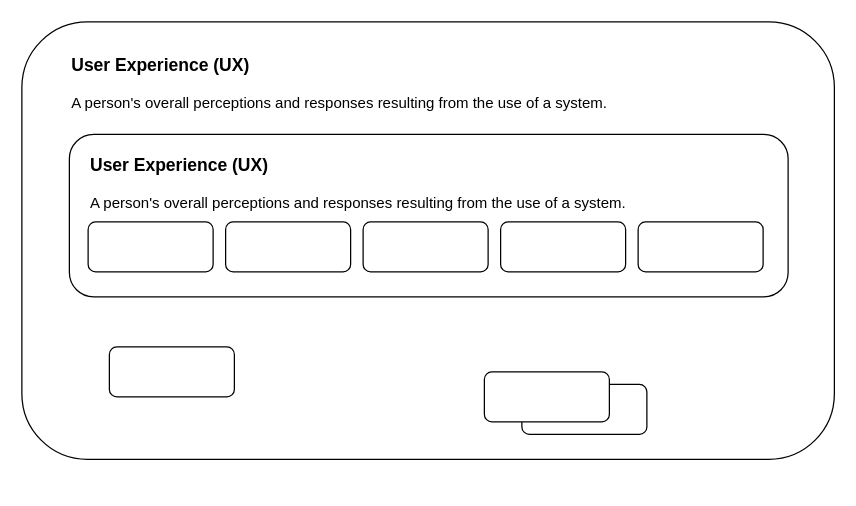
Matasem-h/SimpleFlowcharts keeps this draw.io diagram as thesis_figure_one.drawio. Above is the earlier version. Source tidied: cells renumbered, new cells numbered last; positions are measured from the earlier drawing's top-left corner, leaving out a move shared by most shapes. Both pictures are drawn from the tidied source at 125%, with x=0, y=0 at pixel (21, 21).
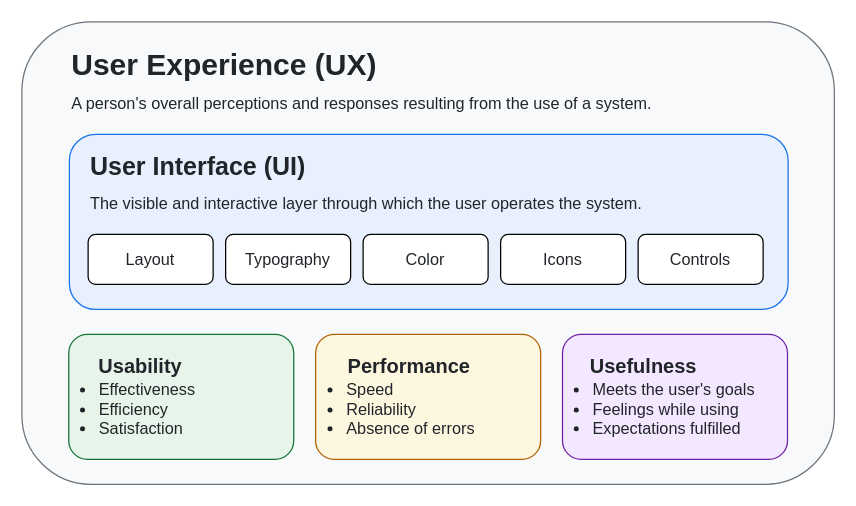
Above is the later version.

Change to the diagram source:
```diff
@@
-    <mxCell id="2" style="rounded=1;whiteSpace=wrap;html=1;" parent="1" vertex="1">
-      <mxGeometry width="650" height="350" as="geometry" />
+    <mxCell id="2" style="rounded=1;whiteSpace=wrap;html=1;align=left;fillColor=#F8F9FA;strokeColor=#6C757D;fontColor=#212529;" parent="1" vertex="1">
+      <mxGeometry width="650" height="370" as="geometry" />
     </mxCell>
-    <mxCell id="3" value="&lt;font style=&quot;font-size: 14px;&quot;&gt;&lt;b&gt;User Experience (UX)&lt;/b&gt;&lt;/font&gt;" style="text;html=1;whiteSpace=wrap;strokeColor=none;fillColor=none;align=left;verticalAlign=middle;rounded=0;" parent="1" vertex="1">
-      <mxGeometry x="38" y="20" width="150" height="30" as="geometry" />
+    <mxCell id="3" value="&lt;font style=&quot;font-size: 24px;&quot;&gt;&lt;b&gt;User Experience (UX)&lt;/b&gt;&lt;/font&gt;" style="text;html=1;whiteSpace=wrap;strokeColor=none;fillColor=none;align=left;verticalAlign=middle;rounded=0;fontColor=#212529;" parent="1" vertex="1">
+      <mxGeometry x="38" y="20" width="252" height="30" as="geometry" />
     </mxCell>
-    <mxCell id="4" value="&lt;font&gt;A person's overall perceptions and responses resulting from the use of a system.&lt;/font&gt;" style="text;html=1;whiteSpace=wrap;strokeColor=none;fillColor=none;align=left;verticalAlign=middle;rounded=0;" parent="1" vertex="1">
-      <mxGeometry x="38" y="50" width="440" height="30" as="geometry" />
+    <mxCell id="4" value="&lt;font&gt;A person's overall perceptions and responses resulting from the use of a system.&lt;/font&gt;" style="text;html=1;whiteSpace=wrap;strokeColor=none;fillColor=none;align=left;verticalAlign=middle;rounded=0;fontSize=13;fontColor=#212529;" parent="1" vertex="1">
+      <mxGeometry x="38" y="50" width="575" height="30" as="geometry" />
     </mxCell>
-    <mxCell id="5" style="rounded=1;whiteSpace=wrap;html=1;" parent="1" vertex="1">
-      <mxGeometry x="38" y="90" width="575" height="130" as="geometry" />
+    <mxCell id="5" style="rounded=1;whiteSpace=wrap;html=1;align=left;fontColor=#212529;fillColor=#E8F0FE;strokeColor=#1A73E8;" parent="1" vertex="1">
+      <mxGeometry x="38" y="90" width="575" height="140" as="geometry" />
     </mxCell>
-    <mxCell id="6" value="&lt;font style=&quot;font-size: 14px;&quot;&gt;&lt;b&gt;User Experience (UX)&lt;/b&gt;&lt;/font&gt;" style="text;html=1;whiteSpace=wrap;strokeColor=none;fillColor=none;align=left;verticalAlign=middle;rounded=0;" parent="1" vertex="1">
-      <mxGeometry x="53" y="100" width="150" height="30" as="geometry" />
+    <mxCell id="6" value="&lt;font style=&quot;font-size: 20px;&quot;&gt;&lt;b&gt;User Interface (UI)&lt;/b&gt;&lt;/font&gt;" style="text;html=1;whiteSpace=wrap;strokeColor=none;fillColor=none;align=left;verticalAlign=middle;rounded=0;fontColor=#212529;" parent="1" vertex="1">
+      <mxGeometry x="53" y="100" width="210" height="30" as="geometry" />
     </mxCell>
-    <mxCell id="7" value="&lt;font&gt;A person's overall perceptions and responses resulting from the use of a system.&lt;/font&gt;" style="text;html=1;whiteSpace=wrap;strokeColor=none;fillColor=none;align=left;verticalAlign=middle;rounded=0;" parent="1" vertex="1">
-      <mxGeometry x="53" y="130" width="440" height="30" as="geometry" />
+    <mxCell id="7" value="&lt;font&gt;The visible and interactive layer through which the user operates the system.&amp;nbsp;&lt;/font&gt;" style="text;html=1;whiteSpace=wrap;strokeColor=none;fillColor=none;align=left;verticalAlign=middle;rounded=0;fontSize=13;fontColor=#212529;" parent="1" vertex="1">
+      <mxGeometry x="53" y="130" width="560" height="30" as="geometry" />
     </mxCell>
-    <mxCell id="8" style="rounded=1;whiteSpace=wrap;html=1;" parent="1" vertex="1">
-      <mxGeometry x="53" y="160" width="100" height="40" as="geometry" />
+    <mxCell id="8" value="Layout" style="rounded=1;whiteSpace=wrap;html=1;fontSize=13;fontColor=#212529;fillColor=#FFFFFF;" parent="1" vertex="1">
+      <mxGeometry x="53" y="170" width="100" height="40" as="geometry" />
     </mxCell>
-    <mxCell id="9" style="rounded=1;whiteSpace=wrap;html=1;" parent="1" vertex="1">
-      <mxGeometry x="163" y="160" width="100" height="40" as="geometry" />
+    <mxCell id="9" value="Typography" style="rounded=1;whiteSpace=wrap;html=1;fontSize=13;fontColor=#212529;fillColor=#FFFFFF;" parent="1" vertex="1">
+      <mxGeometry x="163" y="170" width="100" height="40" as="geometry" />
     </mxCell>
-    <mxCell id="10" style="rounded=1;whiteSpace=wrap;html=1;" parent="1" vertex="1">
-      <mxGeometry x="273" y="160" width="100" height="40" as="geometry" />
+    <mxCell id="10" value="Color" style="rounded=1;whiteSpace=wrap;html=1;fontSize=13;fontColor=#212529;fillColor=#FFFFFF;" parent="1" vertex="1">
+      <mxGeometry x="273" y="170" width="100" height="40" as="geometry" />
     </mxCell>
-    <mxCell id="11" style="rounded=1;whiteSpace=wrap;html=1;" parent="1" vertex="1">
-      <mxGeometry x="493" y="160" width="100" height="40" as="geometry" />
+    <mxCell id="11" value="Controls" style="rounded=1;whiteSpace=wrap;html=1;fontSize=13;fontColor=#212529;fillColor=#FFFFFF;" parent="1" vertex="1">
+      <mxGeometry x="493" y="170" width="100" height="40" as="geometry" />
     </mxCell>
-    <mxCell id="12" style="rounded=1;whiteSpace=wrap;html=1;" parent="1" vertex="1">
-      <mxGeometry x="383" y="160" width="100" height="40" as="geometry" />
+    <mxCell id="12" value="Icons" style="rounded=1;whiteSpace=wrap;html=1;fontSize=13;fontColor=#212529;fillColor=#FFFFFF;" parent="1" vertex="1">
+      <mxGeometry x="383" y="170" width="100" height="40" as="geometry" />
     </mxCell>
-    <mxCell id="13" style="rounded=1;whiteSpace=wrap;html=1;" parent="1" vertex="1">
-      <mxGeometry x="70" y="260" width="100" height="40" as="geometry" />
+    <mxCell id="13" style="rounded=1;whiteSpace=wrap;html=1;align=left;fontColor=#212529;fillColor=#E6F4EA;strokeColor=#137333;" parent="1" vertex="1">
+      <mxGeometry x="37.5" y="250" width="180" height="100" as="geometry" />
     </mxCell>
-    <mxCell id="14" style="rounded=1;whiteSpace=wrap;html=1;" parent="1" vertex="1">
-      <mxGeometry x="400" y="290" width="100" height="40" as="geometry" />
+    <mxCell id="14" style="rounded=1;whiteSpace=wrap;html=1;align=left;fontColor=#212529;fillColor=#F3E8FF;strokeColor=#6B21A8;" parent="1" vertex="1">
+      <mxGeometry x="432.5" y="250" width="180" height="100" as="geometry" />
     </mxCell>
-    <mxCell id="15" style="rounded=1;whiteSpace=wrap;html=1;" parent="1" vertex="1">
-      <mxGeometry x="370" y="280" width="100" height="40" as="geometry" />
+    <mxCell id="15" style="rounded=1;whiteSpace=wrap;html=1;align=left;fontColor=#212529;fillColor=#FEF7E0;strokeColor=#B06000;" parent="1" vertex="1">
+      <mxGeometry x="235" y="250" width="180" height="100" as="geometry" />
     </mxCell>
+    <mxCell id="16" value="&lt;div&gt;&lt;font style=&quot;font-size: 16px;&quot;&gt;&lt;b&gt;Usability&lt;/b&gt;&lt;/font&gt;&lt;/div&gt;" style="text;html=1;whiteSpace=wrap;strokeColor=none;fillColor=none;align=center;verticalAlign=middle;rounded=0;fontColor=#212529;" parent="1" vertex="1">
+      <mxGeometry x="20" y="260" width="149.5" height="30" as="geometry" />
+    </mxCell>
+    <mxCell id="17" value="&lt;div align=&quot;left&quot;&gt;&lt;ul&gt;&lt;li&gt;Effectiveness&lt;/li&gt;&lt;li&gt;Efficiency&lt;/li&gt;&lt;li&gt;Satisfaction&lt;/li&gt;&lt;/ul&gt;&lt;/div&gt;" style="text;html=1;whiteSpace=wrap;strokeColor=none;fillColor=none;align=left;verticalAlign=middle;rounded=0;fontSize=13;fontColor=#212529;" parent="1" vertex="1">
+      <mxGeometry x="20" y="295" width="180" height="30" as="geometry" />
+    </mxCell>
+    <mxCell id="18" value="&lt;div&gt;&lt;font style=&quot;font-size: 16px;&quot;&gt;&lt;b&gt;Performance&lt;/b&gt;&lt;/font&gt;&lt;/div&gt;" style="text;html=1;whiteSpace=wrap;strokeColor=none;fillColor=none;align=center;verticalAlign=middle;rounded=0;fontSize=18;fontColor=#212529;" parent="1" vertex="1">
+      <mxGeometry x="219.5" y="260" width="180" height="30" as="geometry" />
+    </mxCell>
+    <mxCell id="19" value="&lt;div&gt;&lt;font style=&quot;font-size: 16px;&quot;&gt;&lt;b&gt;Usefulness&lt;/b&gt;&lt;/font&gt;&lt;/div&gt;" style="text;html=1;whiteSpace=wrap;strokeColor=none;fillColor=none;align=center;verticalAlign=middle;rounded=0;fontSize=18;fontColor=#212529;" parent="1" vertex="1">
+      <mxGeometry x="414.5" y="260" width="165" height="30" as="geometry" />
+    </mxCell>
+    <mxCell id="20" value="&lt;div align=&quot;left&quot;&gt;&lt;ul&gt;&lt;li&gt;Speed&lt;/li&gt;&lt;li&gt;Reliability&lt;/li&gt;&lt;li&gt;Absence of errors&lt;/li&gt;&lt;/ul&gt;&lt;/div&gt;" style="text;html=1;whiteSpace=wrap;strokeColor=none;fillColor=none;align=left;verticalAlign=middle;rounded=0;fontSize=13;fontColor=#212529;" parent="1" vertex="1">
+      <mxGeometry x="217.5" y="290" width="180" height="40" as="geometry" />
+    </mxCell>
+    <mxCell id="21" value="&lt;div align=&quot;left&quot;&gt;&lt;ul&gt;&lt;li&gt;Meets the user's goals&lt;/li&gt;&lt;li&gt;Feelings while using&lt;/li&gt;&lt;li&gt;Expectations fulfilled&lt;/li&gt;&lt;/ul&gt;&lt;/div&gt;" style="text;html=1;whiteSpace=wrap;strokeColor=none;fillColor=none;align=left;verticalAlign=middle;rounded=0;fontSize=13;fontColor=#212529;" parent="1" vertex="1">
+      <mxGeometry x="415" y="290" width="180" height="40" as="geometry" />
+    </mxCell>
```
